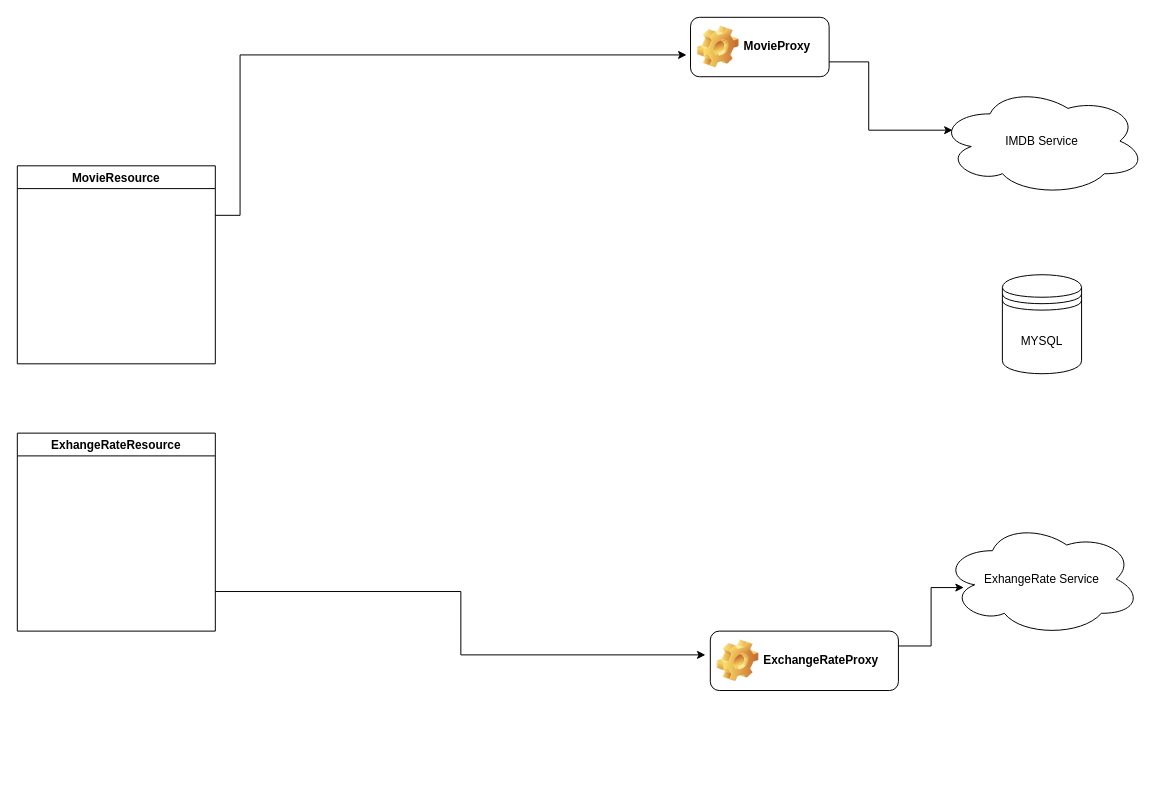
The draw.io diagram movium-architecture.drawio in lincoln-dlamini-wttsa/moovium, before the edit. Source tidied: cells renumbered, new cells numbered last; positions are measured from the earlier drawing's top-left corner, leaving out a move shared by most shapes. Both pictures are drawn from the tidied source at 99%, with x=0, y=0 at pixel (17, 17).
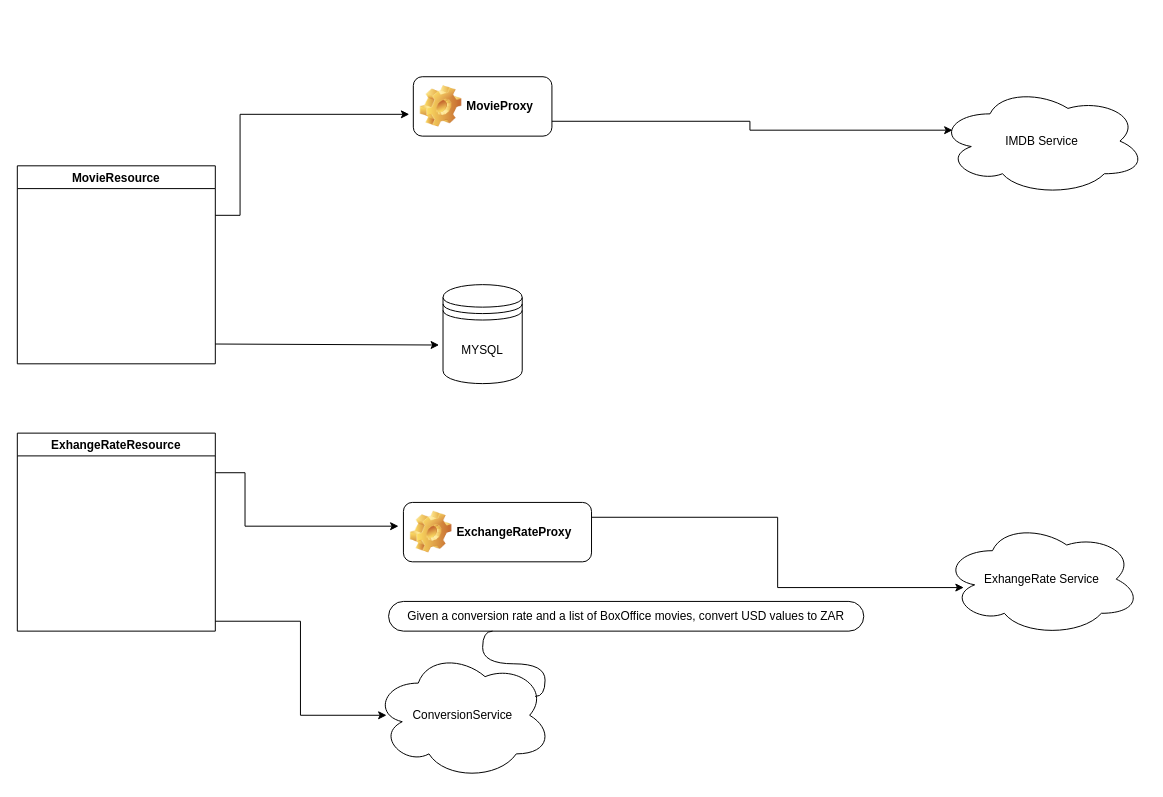
Above is the later version.

The change refers to these unchanged cells:
```xml
<mxCell id="2" value="IMDB Service" style="ellipse;shape=cloud;whiteSpace=wrap;html=1;" parent="1" vertex="1">
  <mxGeometry x="930" y="70" width="210" height="110" as="geometry" />
</mxCell>
```

The edit, as a diff of the source:
```diff
@@
     <mxCell id="4" value="MYSQL" style="shape=datastore;whiteSpace=wrap;html=1;" parent="1" vertex="1">
-      <mxGeometry x="995" y="260" width="80" height="100" as="geometry" />
+      <mxGeometry x="430" y="270" width="80" height="100" as="geometry" />
     </mxCell>
@@
     <mxCell id="7" value="MovieProxy" style="label;whiteSpace=wrap;html=1;image=img/clipart/Gear_128x128.png;" parent="1" vertex="1">
-      <mxGeometry x="680" width="140" height="60" as="geometry" />
+      <mxGeometry x="400" y="60" width="140" height="60" as="geometry" />
     </mxCell>
     <mxCell id="8" value="ExchangeRateProxy" style="label;whiteSpace=wrap;html=1;image=img/clipart/Gear_128x128.png;" parent="1" vertex="1">
-      <mxGeometry x="700" y="620" width="190" height="60" as="geometry" />
+      <mxGeometry x="390" y="490" width="190" height="60" as="geometry" />
     </mxCell>
@@
     <mxCell id="10" style="edgeStyle=elbowEdgeStyle;elbow=horizontal;endArrow=classic;html=1;rounded=0;exitX=1;exitY=0.75;exitDx=0;exitDy=0;entryX=0.07;entryY=0.4;entryDx=0;entryDy=0;entryPerimeter=0;" parent="1" edge="1" source="7" target="2">
       <mxGeometry relative="1" as="geometry">
         <Array as="points">
-          <mxPoint x="860" y="40" />
+          <mxPoint x="740" y="60" />
           <mxPoint x="455" y="160" />
           <mxPoint x="455" y="150" />
           <mxPoint x="455" y="160" />
         </Array>
       </mxGeometry>
     </mxCell>
@@
     <mxCell id="12" style="edgeStyle=elbowEdgeStyle;elbow=horizontal;endArrow=classic;html=1;rounded=0;entryX=-0.026;entryY=0.4;entryDx=0;entryDy=0;entryPerimeter=0;" parent="1" edge="1" target="8">
       <mxGeometry relative="1" as="geometry">
-        <mxPoint x="200" y="580" as="sourcePoint" />
+        <mxPoint x="200" y="460" as="sourcePoint" />
+        <Array as="points">
+          <mxPoint x="230" y="550" />
+        </Array>
       </mxGeometry>
     </mxCell>
+    <mxCell id="13" style="endArrow=classic;html=1;rounded=0;entryX=-0.05;entryY=0.61;entryDx=0;entryDy=0;entryPerimeter=0;" parent="1" edge="1" target="4">
+      <mxGeometry relative="1" as="geometry">
+        <mxPoint x="200" y="330" as="sourcePoint" />
+      </mxGeometry>
+    </mxCell>
+    <mxCell id="14" style="ellipse;shape=cloud;whiteSpace=wrap;html=1;align=left;" parent="1" vertex="1">
+      <mxGeometry x="360" y="640" width="180" height="130" as="geometry" />
+    </mxCell>
+    <mxCell id="15" value="ConversionService" style="text;html=1;strokeColor=none;fillColor=none;align=center;verticalAlign=middle;whiteSpace=wrap;rounded=0;" parent="1" vertex="1">
+      <mxGeometry x="420" y="690" width="60" height="30" as="geometry" />
+    </mxCell>
+    <mxCell id="16" style="edgeStyle=elbowEdgeStyle;elbow=horizontal;endArrow=classic;html=1;rounded=0;entryX=0.072;entryY=0.5;entryDx=0;entryDy=0;entryPerimeter=0;" parent="1" edge="1" target="14">
+      <mxGeometry relative="1" as="geometry">
+        <mxPoint x="200" y="610" as="sourcePoint" />
+      </mxGeometry>
+    </mxCell>
+    <mxCell id="17" value="Given a conversion rate and a list of BoxOffice movies, convert USD values to ZAR" style="whiteSpace=wrap;html=1;rounded=1;arcSize=50;align=center;verticalAlign=middle;strokeWidth=1;spacing=4;newEdgeStyle={&quot;edgeStyle&quot;:&quot;entityRelationEdgeStyle&quot;,&quot;startArrow&quot;:&quot;none&quot;,&quot;endArrow&quot;:&quot;none&quot;,&quot;segment&quot;:10,&quot;curved&quot;:1};" parent="1" vertex="1">
+      <mxGeometry x="375" y="590" width="480" height="30" as="geometry" />
+    </mxCell>
+    <mxCell id="18" style="edgeStyle=entityRelationEdgeStyle;startArrow=none;endArrow=none;segment=10;curved=1;rounded=0;exitX=0.906;exitY=0.354;exitDx=0;exitDy=0;exitPerimeter=0;" parent="1" edge="1" source="14">
+      <mxGeometry relative="1" as="geometry">
+        <mxPoint x="480" y="620" as="targetPoint" />
+      </mxGeometry>
+    </mxCell>
```
